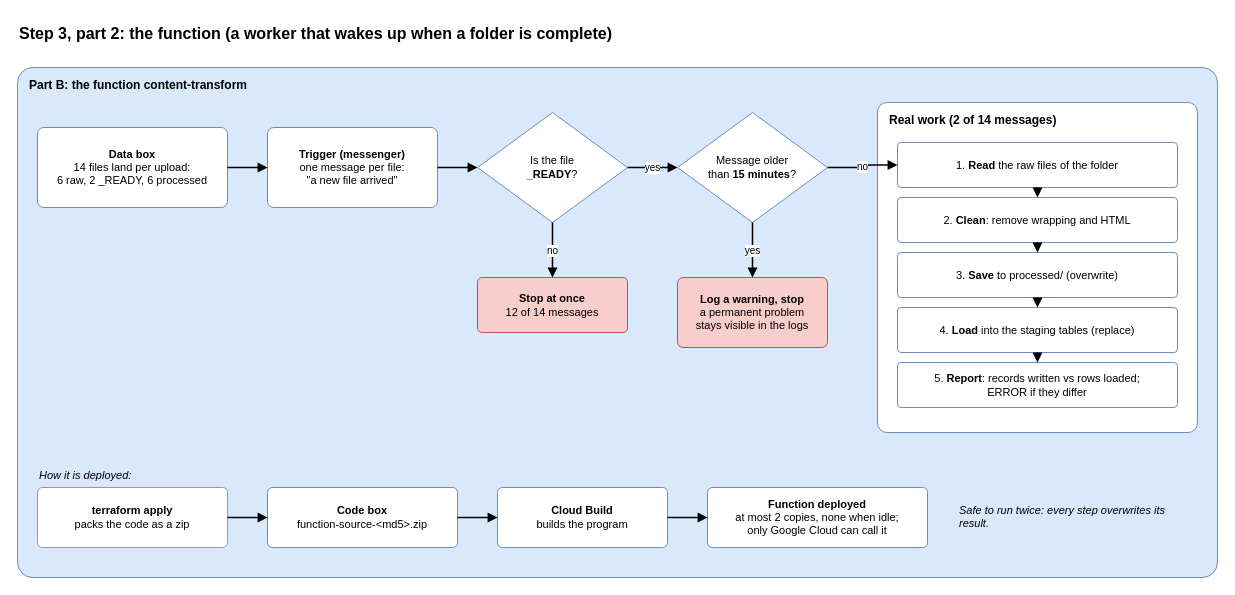
Earlier version of the draw.io diagram review_plan/diagrams/step-3.2_function.drawio (beatanemeth/gcp-content-intelligence-platform_planning). Source tidied: cells renumbered, new cells numbered last; positions are measured from the earlier drawing's top-left corner, leaving out a move shared by most shapes. Both pictures are drawn from the tidied source at 100%, with x=0, y=0 at pixel (17, 17).
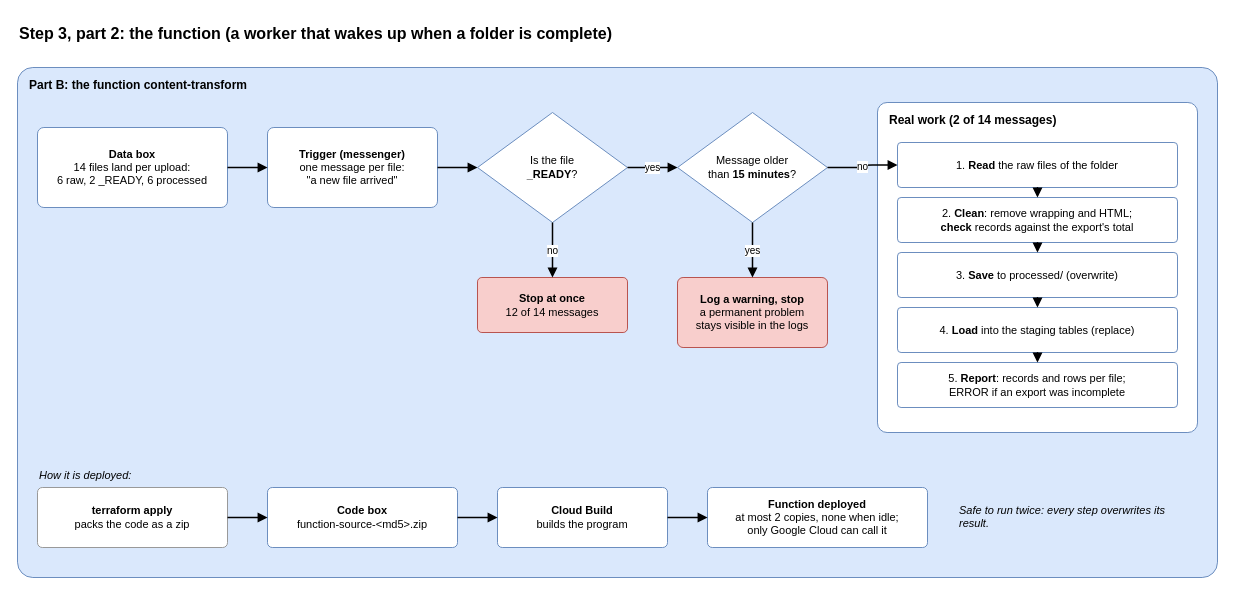
Above is the later version.

Commit message (it also covers changes not shown here):
docs: check exports against their own totals

The edit, as a diff of the source:
```diff
@@
-    <mxCell id="12" value="2. &lt;b&gt;Clean&lt;/b&gt;: remove wrapping and HTML" style="rounded=1;whiteSpace=wrap;html=1;arcSize=8;fontSize=11;fillColor=#ffffff;strokeColor=#6c8ebf;" parent="1" vertex="1">
+    <mxCell id="12" value="2. &lt;b&gt;Clean&lt;/b&gt;: remove wrapping and HTML;&lt;br&gt;&lt;b&gt;check&lt;/b&gt; records against the export's total" style="rounded=1;whiteSpace=wrap;html=1;arcSize=8;fontSize=11;fillColor=#ffffff;strokeColor=#6c8ebf;" parent="1" vertex="1">
       <mxGeometry x="880" y="180" width="280" height="45" as="geometry" />
     </mxCell>
@@
-    <mxCell id="15" value="5. &lt;b&gt;Report&lt;/b&gt;: records written vs rows loaded;&lt;br&gt;ERROR if they differ" style="rounded=1;whiteSpace=wrap;html=1;arcSize=8;fontSize=11;fillColor=#ffffff;strokeColor=#6c8ebf;" parent="1" vertex="1">
+    <mxCell id="15" value="5. &lt;b&gt;Report&lt;/b&gt;: records and rows per file;&lt;br&gt;ERROR if an export was incomplete" style="rounded=1;whiteSpace=wrap;html=1;arcSize=8;fontSize=11;fillColor=#ffffff;strokeColor=#6c8ebf;" parent="1" vertex="1">
       <mxGeometry x="880" y="345" width="280" height="45" as="geometry" />
     </mxCell>
```
